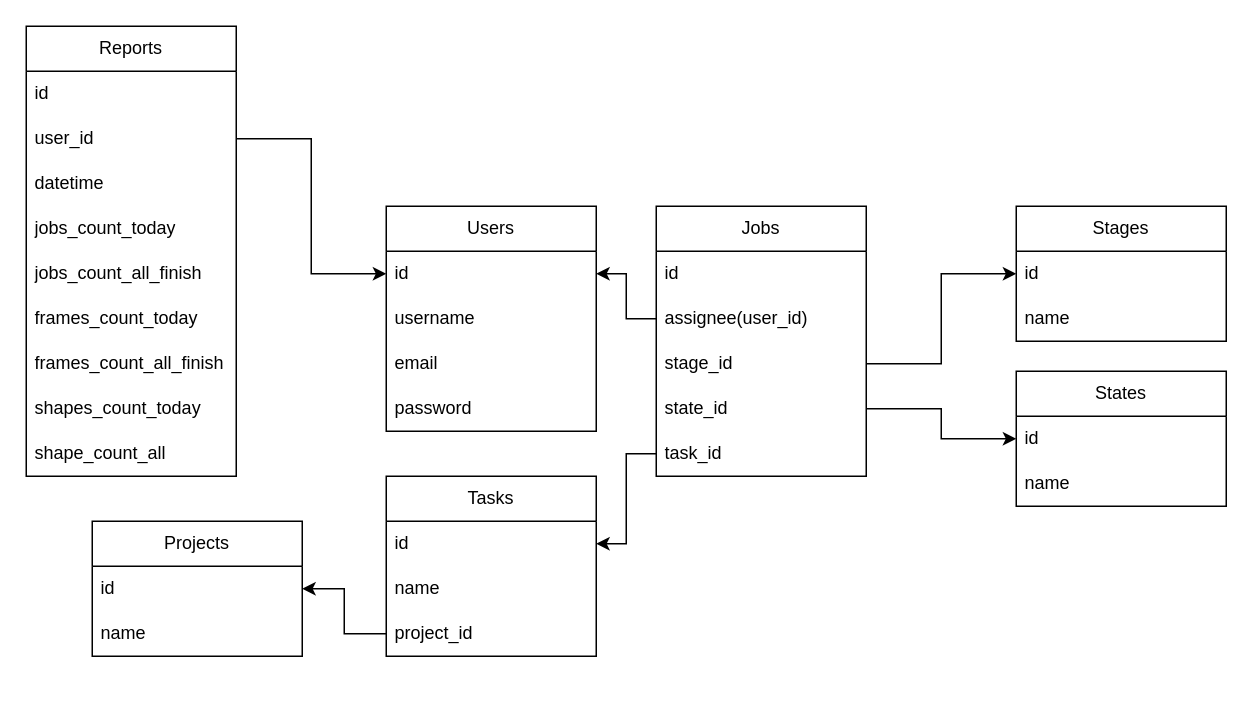
This is DB_reports_cvat.drawio from YurkevichAndrei/email, a draw.io file, before an edit. Source tidied: cells renumbered, new cells numbered last; positions are measured from the earlier drawing's top-left corner, leaving out a move shared by most shapes. Both pictures are drawn from the tidied source at 150%, with x=0, y=0 at pixel (26, 26).
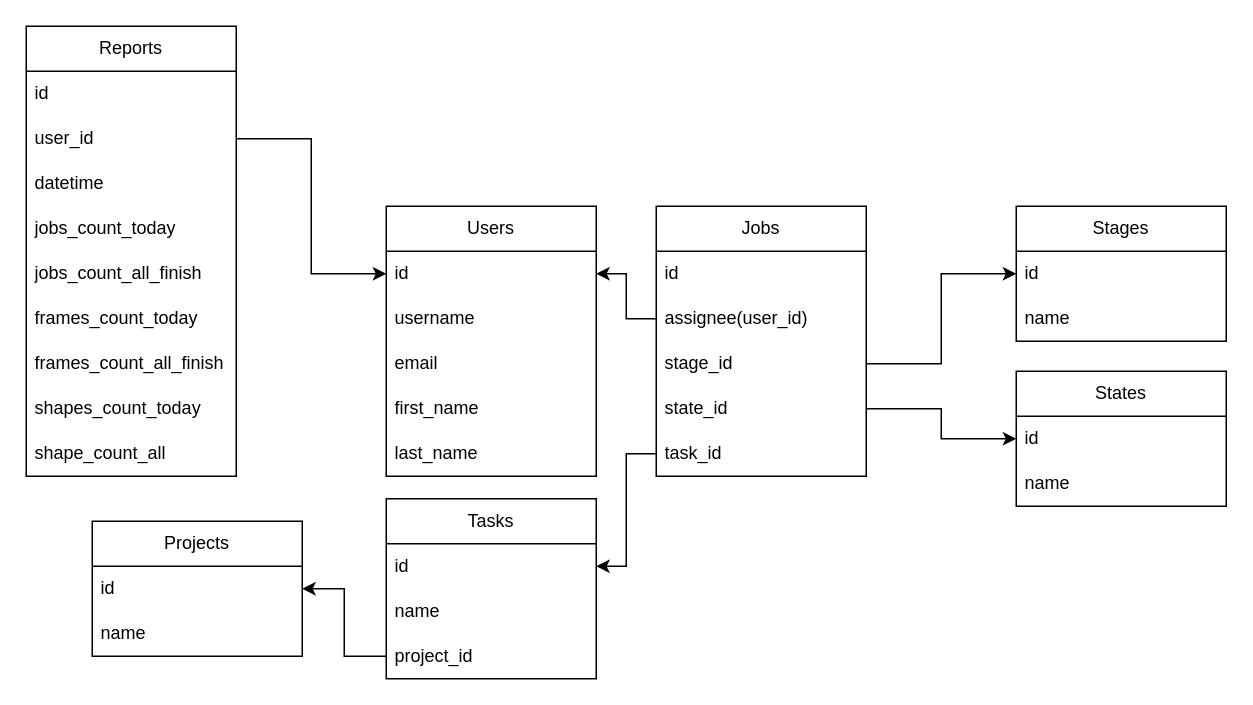
After the change.

What changed in the source:
```diff
@@
     <mxCell id="2" value="Users" style="swimlane;fontStyle=0;horizontal=1;startSize=30;whiteSpace=wrap;html=1;" parent="1" vertex="1">
-      <mxGeometry x="240" y="120" width="140" height="150" as="geometry" />
+      <mxGeometry x="240" y="120" width="140" height="180" as="geometry" />
     </mxCell>
@@
-    <mxCell id="6" value="password" style="text;strokeColor=none;fillColor=none;align=left;verticalAlign=middle;spacingLeft=4;spacingRight=4;overflow=hidden;whiteSpace=wrap;html=1;" parent="2" vertex="1">
-      <mxGeometry y="120" width="140" height="30" as="geometry" />
-    </mxCell>
+    <mxCell id="42" value="first_name" style="text;strokeColor=none;fillColor=none;align=left;verticalAlign=middle;spacingLeft=4;spacingRight=4;overflow=hidden;whiteSpace=wrap;html=1;" parent="2" vertex="1">
+      <mxGeometry y="120" width="140" height="30" as="geometry" />
+    </mxCell>
+    <mxCell id="43" value="last_name" style="text;strokeColor=none;fillColor=none;align=left;verticalAlign=middle;spacingLeft=4;spacingRight=4;overflow=hidden;whiteSpace=wrap;html=1;" parent="2" vertex="1">
+      <mxGeometry y="150" width="140" height="30" as="geometry" />
+    </mxCell>
@@
     <mxCell id="10" value="Tasks" style="swimlane;fontStyle=0;horizontal=1;startSize=30;whiteSpace=wrap;html=1;" parent="1" vertex="1">
-      <mxGeometry x="240" y="300" width="140" height="120" as="geometry" />
+      <mxGeometry x="240" y="315" width="140" height="120" as="geometry" />
     </mxCell>
```
